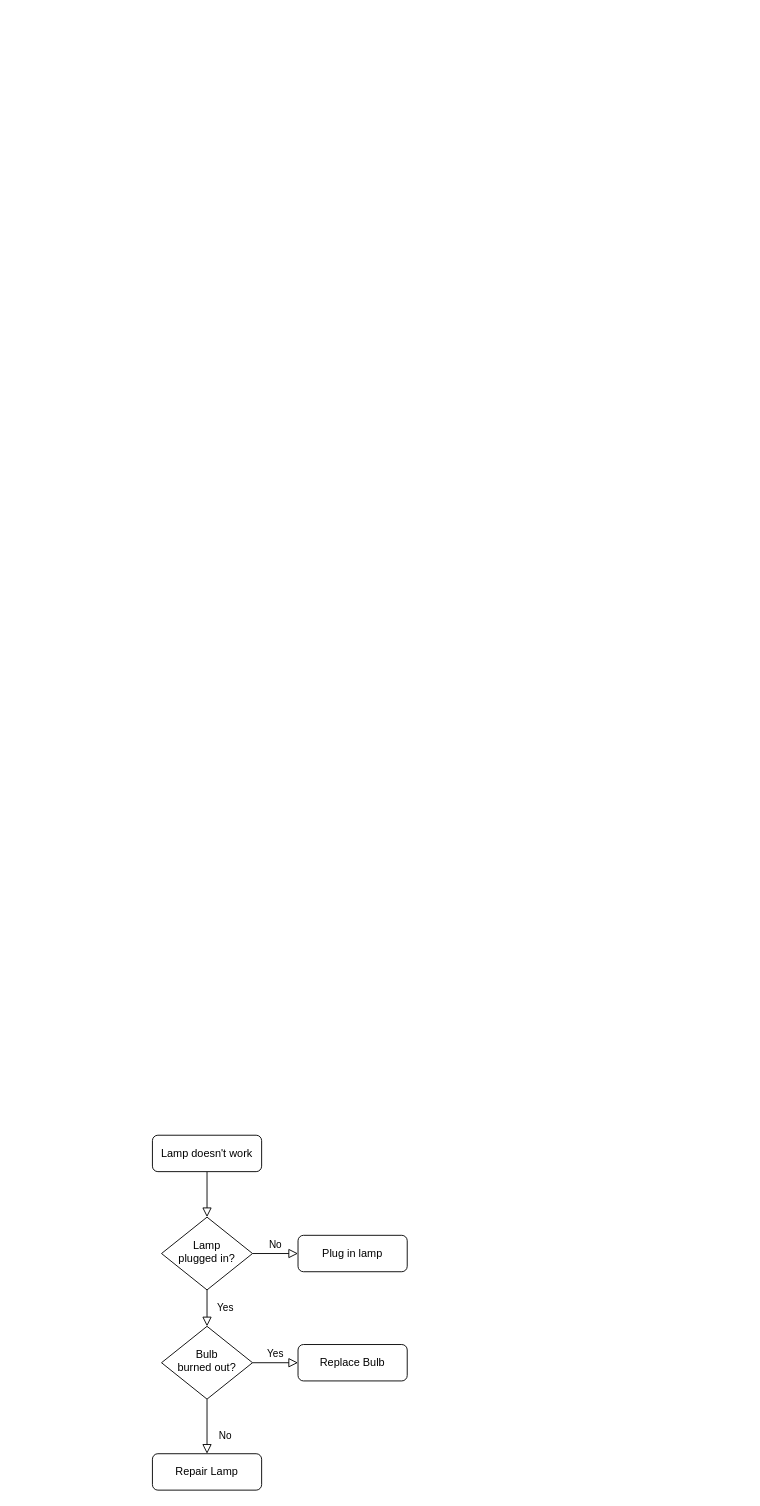
Before: Diagram Tanpa Judul.drawio in Jusvita/Python-Project-Pacmann---Super-Cashier, a draw.io diagram. Source tidied: cells renumbered, new cells numbered last; positions are measured from the earlier drawing's top-left corner, leaving out a move shared by most shapes. Both pictures are drawn from the tidied source at 91%, with x=0, y=0 at pixel (152, 1135).
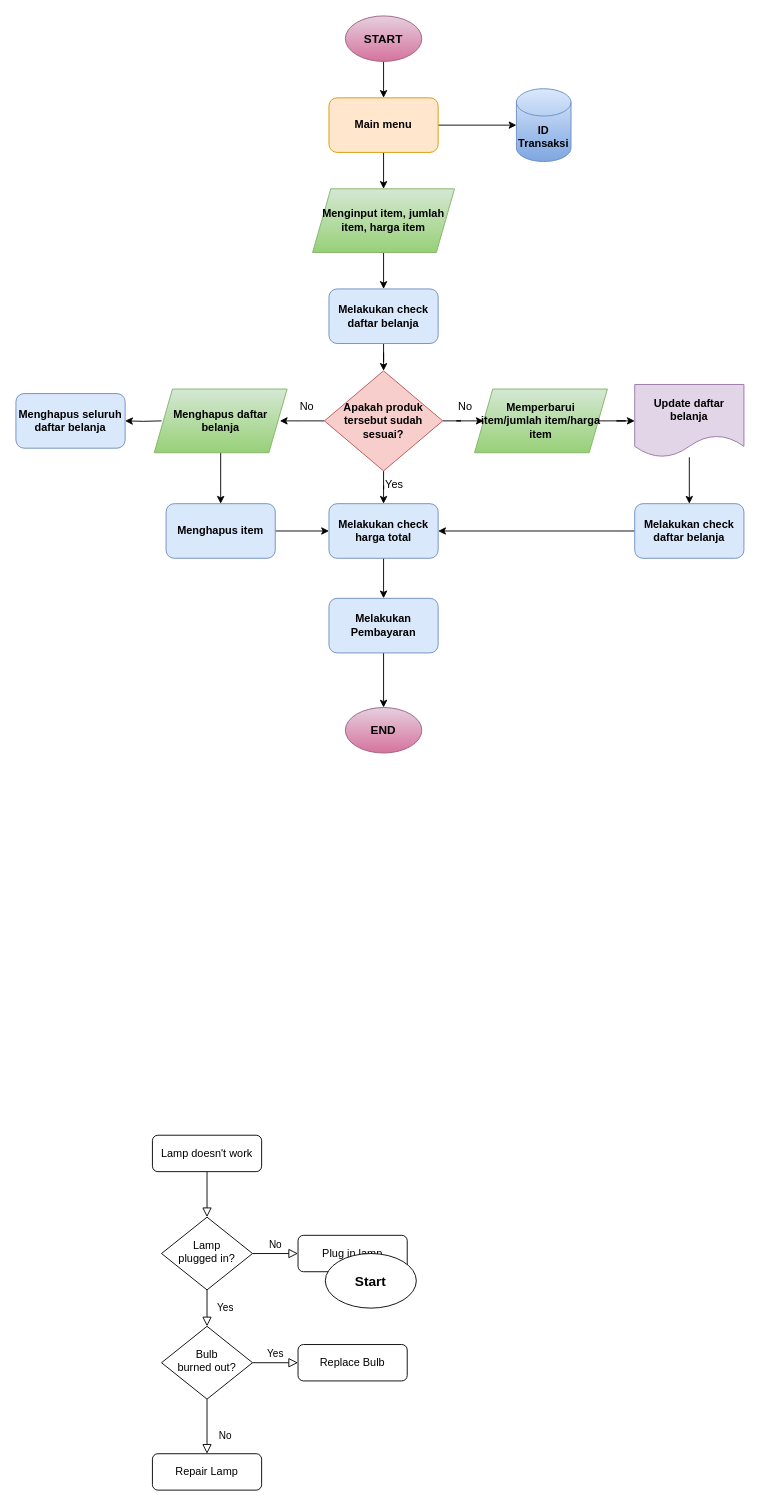
After the change.

Commit message:
Python project pacmann

Change to the diagram source:
```diff
@@
+    <mxCell id="13" value="&lt;b&gt;&lt;font style=&quot;font-size: 15px;&quot;&gt;Start&lt;/font&gt;&lt;/b&gt;" style="ellipse;whiteSpace=wrap;html=1;" parent="1" vertex="1">
+      <mxGeometry x="190" y="130" width="100" height="60" as="geometry" />
+    </mxCell>
+    <mxCell id="14" style="edgeStyle=orthogonalEdgeStyle;rounded=0;jettySize=auto;html=1;" parent="1" edge="1" source="15" target="20">
+      <mxGeometry relative="1" as="geometry" />
+    </mxCell>
+    <mxCell id="15" value="&lt;b&gt;&lt;font style=&quot;font-size: 13px;&quot;&gt;START&lt;/font&gt;&lt;/b&gt;" style="ellipse;whiteSpace=wrap;html=1;fillColor=#e6d0de;strokeColor=#996185;gradientColor=#d5739d;" parent="1" vertex="1">
+      <mxGeometry x="212" y="-1230" width="84" height="50" as="geometry" />
+    </mxCell>
+    <mxCell id="16" style="edgeStyle=orthogonalEdgeStyle;rounded=0;jettySize=auto;html=1;" parent="1" edge="1" source="17" target="35">
+      <mxGeometry relative="1" as="geometry" />
+    </mxCell>
+    <mxCell id="17" value="&lt;b&gt;Menginput item, jumlah item, harga item&lt;/b&gt;" style="shape=parallelogram;perimeter=parallelogramPerimeter;whiteSpace=wrap;html=1;fixedSize=1;fillColor=#d5e8d4;strokeColor=#82b366;gradientColor=#97d077;" parent="1" vertex="1">
+      <mxGeometry x="176" y="-1040" width="156" height="70" as="geometry" />
+    </mxCell>
+    <mxCell id="18" style="edgeStyle=orthogonalEdgeStyle;rounded=0;jettySize=auto;html=1;" parent="1" edge="1" source="20" target="25">
+      <mxGeometry relative="1" as="geometry" />
+    </mxCell>
+    <mxCell id="19" style="edgeStyle=orthogonalEdgeStyle;rounded=0;jettySize=auto;html=1;" parent="1" edge="1" source="20" target="17">
+      <mxGeometry relative="1" as="geometry" />
+    </mxCell>
+    <mxCell id="20" value="&lt;b&gt;Main menu&lt;/b&gt;" style="rounded=1;whiteSpace=wrap;html=1;fillColor=#ffe6cc;strokeColor=#d79b00;" parent="1" vertex="1">
+      <mxGeometry x="194" y="-1140" width="120" height="60" as="geometry" />
+    </mxCell>
+    <mxCell id="21" style="edgeStyle=orthogonalEdgeStyle;rounded=0;jettySize=auto;html=1;" parent="1" edge="1" source="24" target="37">
+      <mxGeometry relative="1" as="geometry" />
+    </mxCell>
+    <mxCell id="22" style="edgeStyle=orthogonalEdgeStyle;rounded=0;jettySize=auto;html=1;" parent="1" edge="1" source="24">
+      <mxGeometry relative="1" as="geometry">
+        <mxPoint x="140" y="-785" as="targetPoint" />
+      </mxGeometry>
+    </mxCell>
+    <mxCell id="23" style="edgeStyle=orthogonalEdgeStyle;rounded=0;jettySize=auto;html=1;" parent="1" edge="1" source="24" target="27">
+      <mxGeometry relative="1" as="geometry" />
+    </mxCell>
+    <mxCell id="24" value="&lt;b&gt;Apakah produk tersebut sudah sesuai?&lt;/b&gt;" style="rhombus;whiteSpace=wrap;html=1;fillColor=#f8cecc;strokeColor=#b85450;" parent="1" vertex="1">
+      <mxGeometry x="189" y="-840" width="130" height="110" as="geometry" />
+    </mxCell>
+    <mxCell id="25" value="&lt;b&gt;ID Transaksi&lt;/b&gt;" style="shape=cylinder3;whiteSpace=wrap;html=1;boundedLbl=1;backgroundOutline=1;size=15;fillColor=#dae8fc;strokeColor=#6c8ebf;gradientColor=#7ea6e0;" parent="1" vertex="1">
+      <mxGeometry x="400" y="-1150" width="60" height="80" as="geometry" />
+    </mxCell>
+    <mxCell id="26" style="edgeStyle=orthogonalEdgeStyle;rounded=0;jettySize=auto;html=1;" parent="1" edge="1" source="27" target="33">
+      <mxGeometry relative="1" as="geometry" />
+    </mxCell>
+    <mxCell id="27" value="&lt;b&gt;Memperbarui item/jumlah item/harga item&lt;/b&gt;" style="shape=parallelogram;perimeter=parallelogramPerimeter;whiteSpace=wrap;html=1;fixedSize=1;fillColor=#d5e8d4;gradientColor=#97d077;strokeColor=#82b366;" parent="1" vertex="1">
+      <mxGeometry x="354" y="-820" width="146" height="70" as="geometry" />
+    </mxCell>
+    <mxCell id="28" style="edgeStyle=orthogonalEdgeStyle;rounded=0;jettySize=auto;html=1;" parent="1" edge="1" target="29">
+      <mxGeometry relative="1" as="geometry">
+        <mxPoint x="10" y="-785" as="sourcePoint" />
+      </mxGeometry>
+    </mxCell>
+    <mxCell id="29" value="&lt;b&gt;Menghapus seluruh daftar belanja&lt;/b&gt;" style="rounded=1;whiteSpace=wrap;html=1;fillColor=#dae8fc;strokeColor=#6c8ebf;" parent="1" vertex="1">
+      <mxGeometry x="-150" y="-815" width="120" height="60" as="geometry" />
+    </mxCell>
+    <mxCell id="30" style="edgeStyle=orthogonalEdgeStyle;rounded=0;jettySize=auto;html=1;" parent="1" edge="1" source="31" target="37">
+      <mxGeometry relative="1" as="geometry" />
+    </mxCell>
+    <mxCell id="31" value="&lt;b&gt;Menghapus item&lt;/b&gt;" style="rounded=1;whiteSpace=wrap;html=1;fillColor=#dae8fc;strokeColor=#6c8ebf;" parent="1" vertex="1">
+      <mxGeometry x="15" y="-694" width="120" height="60" as="geometry" />
+    </mxCell>
+    <mxCell id="32" style="edgeStyle=orthogonalEdgeStyle;rounded=0;jettySize=auto;html=1;" parent="1" edge="1" source="33" target="42">
+      <mxGeometry relative="1" as="geometry" />
+    </mxCell>
+    <mxCell id="33" value="&lt;b&gt;Update daftar belanja&lt;/b&gt;" style="shape=document;whiteSpace=wrap;html=1;boundedLbl=1;fillColor=#e1d5e7;strokeColor=#9673a6;" parent="1" vertex="1">
+      <mxGeometry x="530" y="-825" width="120" height="80" as="geometry" />
+    </mxCell>
+    <mxCell id="34" style="edgeStyle=orthogonalEdgeStyle;rounded=0;jettySize=auto;html=1;" parent="1" edge="1" source="35" target="24">
+      <mxGeometry relative="1" as="geometry" />
+    </mxCell>
+    <mxCell id="35" value="&lt;b&gt;Melakukan check daftar belanja&lt;/b&gt;" style="rounded=1;whiteSpace=wrap;html=1;fillColor=#dae8fc;strokeColor=#6c8ebf;" parent="1" vertex="1">
+      <mxGeometry x="194" y="-930" width="120" height="60" as="geometry" />
+    </mxCell>
+    <mxCell id="36" style="edgeStyle=orthogonalEdgeStyle;rounded=0;jettySize=auto;html=1;" parent="1" edge="1" source="37" target="39">
+      <mxGeometry relative="1" as="geometry" />
+    </mxCell>
+    <mxCell id="37" value="&lt;b&gt;Melakukan check harga total&lt;/b&gt;" style="rounded=1;whiteSpace=wrap;html=1;fillColor=#dae8fc;strokeColor=#6c8ebf;" parent="1" vertex="1">
+      <mxGeometry x="194" y="-694" width="120" height="60" as="geometry" />
+    </mxCell>
+    <mxCell id="38" style="edgeStyle=orthogonalEdgeStyle;rounded=0;jettySize=auto;html=1;" parent="1" edge="1" source="39" target="40">
+      <mxGeometry relative="1" as="geometry" />
+    </mxCell>
+    <mxCell id="39" value="&lt;b&gt;Melakukan Pembayaran&lt;/b&gt;" style="rounded=1;whiteSpace=wrap;html=1;fillColor=#dae8fc;strokeColor=#6c8ebf;" parent="1" vertex="1">
+      <mxGeometry x="194" y="-590" width="120" height="60" as="geometry" />
+    </mxCell>
+    <mxCell id="40" value="&lt;b&gt;&lt;font style=&quot;font-size: 13px;&quot;&gt;END&lt;/font&gt;&lt;/b&gt;" style="ellipse;whiteSpace=wrap;html=1;fillColor=#e6d0de;strokeColor=#996185;gradientColor=#d5739d;" parent="1" vertex="1">
+      <mxGeometry x="212" y="-470" width="84" height="50" as="geometry" />
+    </mxCell>
+    <mxCell id="41" style="edgeStyle=orthogonalEdgeStyle;rounded=0;jettySize=auto;html=1;" parent="1" edge="1" source="42" target="37">
+      <mxGeometry relative="1" as="geometry" />
+    </mxCell>
+    <mxCell id="42" value="&lt;b&gt;Melakukan check daftar belanja&lt;/b&gt;" style="rounded=1;whiteSpace=wrap;html=1;fillColor=#dae8fc;strokeColor=#6c8ebf;" parent="1" vertex="1">
+      <mxGeometry x="530" y="-694" width="120" height="60" as="geometry" />
+    </mxCell>
+    <mxCell id="43" value="No" style="text;html=1;strokeColor=none;fillColor=none;align=center;verticalAlign=middle;whiteSpace=wrap;rounded=0;" parent="1" vertex="1">
+      <mxGeometry x="140" y="-815" width="60" height="30" as="geometry" />
+    </mxCell>
+    <mxCell id="44" value="No" style="text;html=1;strokeColor=none;fillColor=none;align=center;verticalAlign=middle;whiteSpace=wrap;rounded=0;" parent="1" vertex="1">
+      <mxGeometry x="314" y="-815" width="60" height="30" as="geometry" />
+    </mxCell>
+    <mxCell id="45" value="Yes" style="text;html=1;strokeColor=none;fillColor=none;align=center;verticalAlign=middle;whiteSpace=wrap;rounded=0;" parent="1" vertex="1">
+      <mxGeometry x="236" y="-730" width="60" height="30" as="geometry" />
+    </mxCell>
+    <mxCell id="46" style="edgeStyle=orthogonalEdgeStyle;rounded=0;jettySize=auto;html=1;" parent="1" edge="1" source="47" target="31">
+      <mxGeometry relative="1" as="geometry" />
+    </mxCell>
+    <mxCell id="47" value="&lt;b&gt;Menghapus daftar belanja&lt;/b&gt;" style="shape=parallelogram;perimeter=parallelogramPerimeter;whiteSpace=wrap;html=1;fixedSize=1;fillColor=#d5e8d4;gradientColor=#97d077;strokeColor=#82b366;" parent="1" vertex="1">
+      <mxGeometry x="2" y="-820" width="146" height="70" as="geometry" />
+    </mxCell>
```
